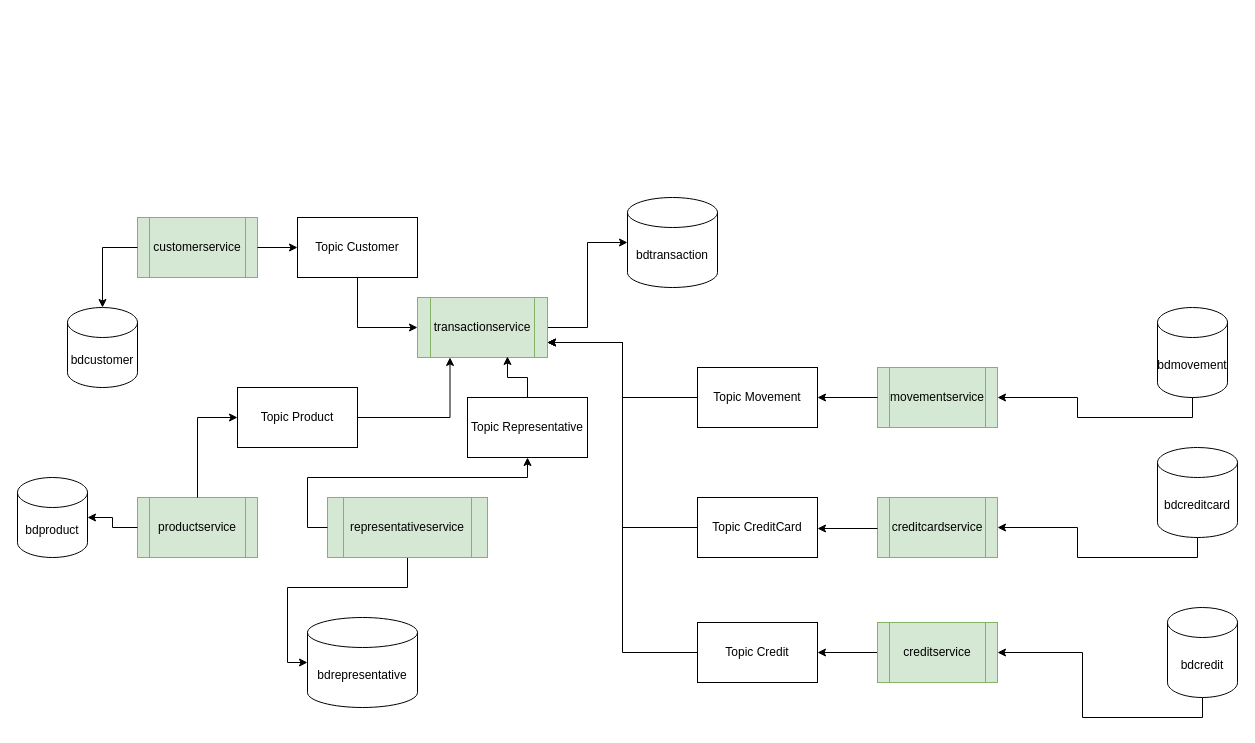
This is diagrama_microservices.drawio from ajoelflores124/everbanco, a draw.io file, before an edit. Source tidied: cells renumbered, new cells numbered last; positions are measured from the earlier drawing's top-left corner, leaving out a move shared by most shapes. Both pictures are drawn from the tidied source at 100%, with x=0, y=0 at pixel (17, 197).
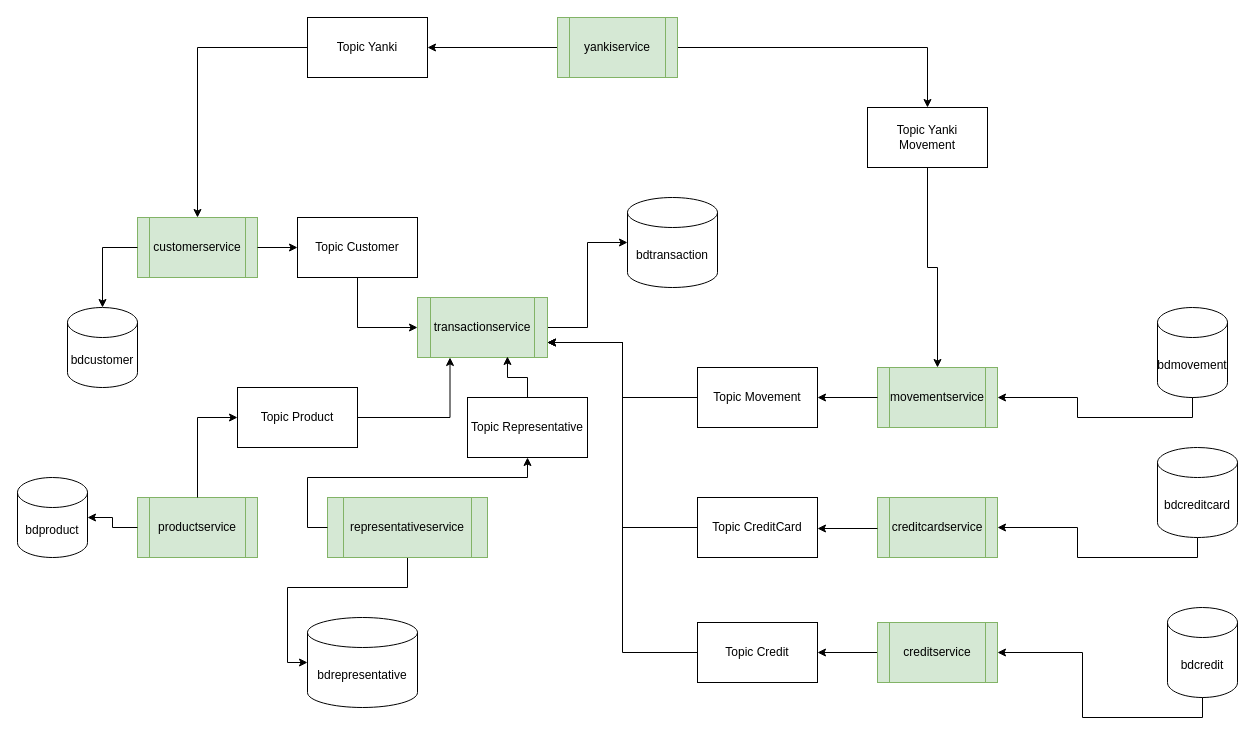
The same page after the edit.

Unchanged cells that the change refers to:
```xml
<mxCell id="2" value="customerservice" style="shape=process;whiteSpace=wrap;html=1;backgroundOutline=1;fillColor=#d5e8d4;strokeColor=#82b366;" parent="1" vertex="1">
  <mxGeometry x="120" y="20" width="120" height="60" as="geometry" />
</mxCell>
<mxCell id="23" value="movementservice" style="shape=process;whiteSpace=wrap;html=1;backgroundOutline=1;fillColor=#d5e8d4;strokeColor=#82b366;" parent="1" vertex="1">
  <mxGeometry x="860" y="170" width="120" height="60" as="geometry" />
</mxCell>
```

Diff of the diagram source:
```diff
@@
+    <mxCell id="41" style="edgeStyle=orthogonalEdgeStyle;rounded=0;jettySize=auto;html=1;entryX=1;entryY=0.5;entryDx=0;entryDy=0;" parent="1" edge="1" source="43" target="45">
+      <mxGeometry relative="1" as="geometry" />
+    </mxCell>
+    <mxCell id="42" style="edgeStyle=orthogonalEdgeStyle;rounded=0;jettySize=auto;html=1;" parent="1" edge="1" source="43" target="47">
+      <mxGeometry relative="1" as="geometry" />
+    </mxCell>
+    <mxCell id="43" value="yankiservice" style="shape=process;whiteSpace=wrap;html=1;backgroundOutline=1;fillColor=#d5e8d4;strokeColor=#82b366;" parent="1" vertex="1">
+      <mxGeometry x="540" y="-180" width="120" height="60" as="geometry" />
+    </mxCell>
+    <mxCell id="44" style="edgeStyle=orthogonalEdgeStyle;rounded=0;jettySize=auto;html=1;entryX=0.5;entryY=0;entryDx=0;entryDy=0;" parent="1" edge="1" source="45" target="2">
+      <mxGeometry relative="1" as="geometry" />
+    </mxCell>
+    <mxCell id="45" value="&lt;span&gt;Topic Yanki&lt;/span&gt;" style="rounded=0;whiteSpace=wrap;html=1;" parent="1" vertex="1">
+      <mxGeometry x="290" y="-180" width="120" height="60" as="geometry" />
+    </mxCell>
+    <mxCell id="46" style="edgeStyle=orthogonalEdgeStyle;rounded=0;jettySize=auto;html=1;" parent="1" edge="1" source="47" target="23">
+      <mxGeometry relative="1" as="geometry" />
+    </mxCell>
+    <mxCell id="47" value="&lt;span&gt;Topic&amp;nbsp;&lt;/span&gt;Yanki Movement" style="rounded=0;whiteSpace=wrap;html=1;" parent="1" vertex="1">
+      <mxGeometry x="850" y="-90" width="120" height="60" as="geometry" />
+    </mxCell>
```
